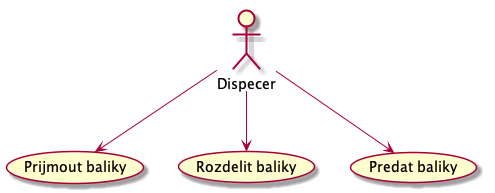
Internet-Handel/postman keeps this PlantUML diagram as ucs-dispecer.png. Above is the earlier version.
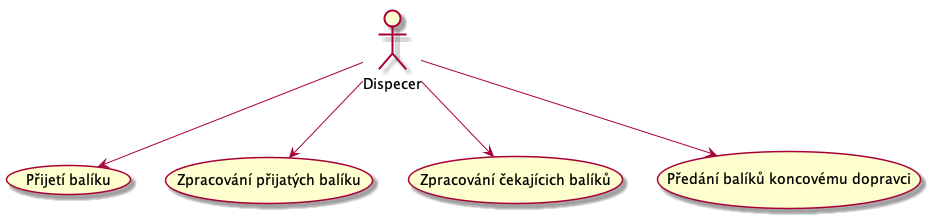
Above is the later version.

Change to the diagram source:
```diff
@@ -2,12 +2,14 @@
 
 actor :Dispecer: as dispecer
 
-(Prijmout baliky) as (accept_packages)
-(Rozdelit baliky) as (dispatch_packages)
-(Predat baliky) as (send_packages)
+(P?ijetí balíku) as (accept_packages)
+(Zpracování p?ijatých balíku) as (dispatch_packages)
+(Zpracování ?ekajícich balík?) as (waiting_packages)
+(P?edání balík? koncovému dopravci) as (send_packages)
 
 dispecer --> (accept_packages)
 dispecer --> (dispatch_packages)
+dispecer --> (waiting_packages)
 dispecer --> (send_packages)
 
 @enduml
```
